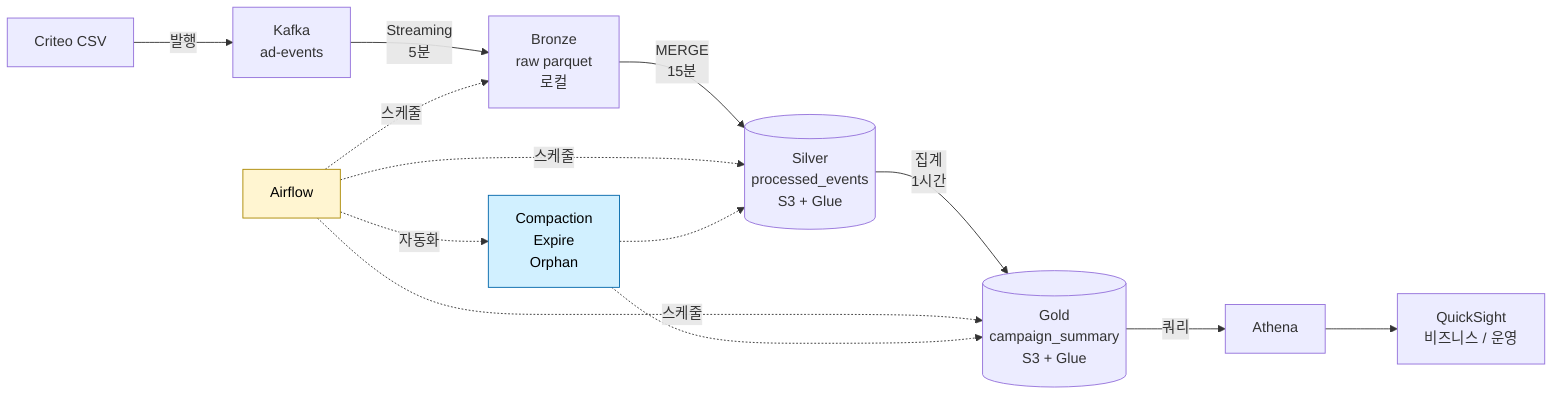
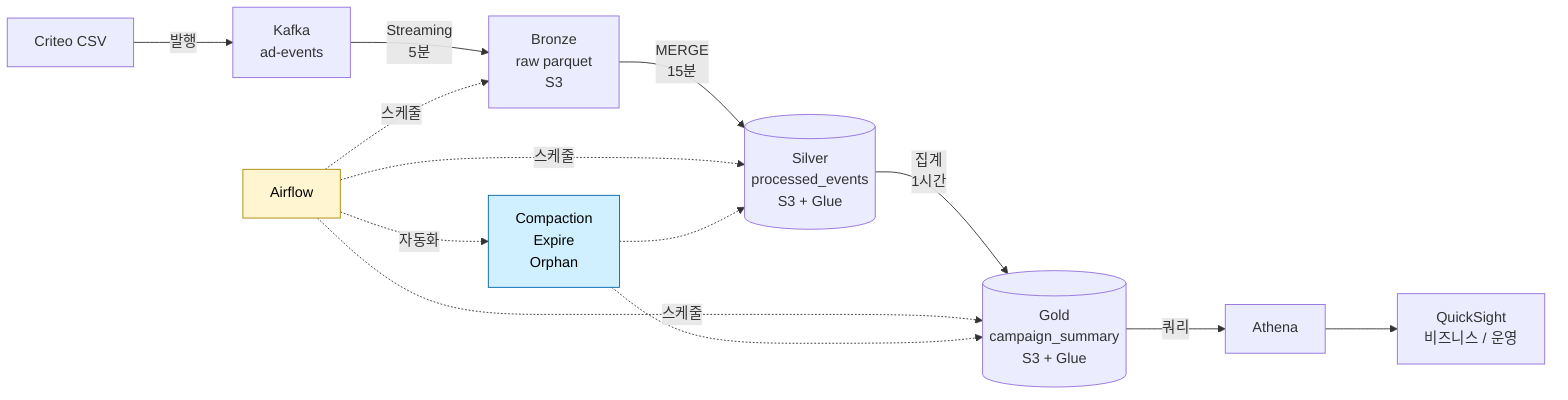
%%{init: {'theme':'default', 'flowchart':{'nodeSpacing':40,'rankSpacing':80}}}%%
flowchart LR
    A[Criteo CSV] -->|발행| B[Kafka<br/>ad-events]
-     B -->|Streaming<br/>5분| C[Bronze<br/>raw parquet<br/>로컬]
+     B -->|Streaming<br/>5분| C[Bronze<br/>raw parquet<br/>S3]
    C -->|MERGE<br/>15분| D[(Silver<br/>processed_events<br/>S3 + Glue)]
    D -->|집계<br/>1시간| E[(Gold<br/>campaign_summary<br/>S3 + Glue)]
    E -->|쿼리| F[Athena]
    F --> G[QuickSight<br/>비즈니스 / 운영]

    H[Airflow]:::orch -.스케줄.-> C
    H -.스케줄.-> D
    H -.스케줄.-> E
    H -.자동화.-> I[Compaction<br/>Expire<br/>Orphan]:::mgmt
    I -.-> D
    I -.-> E

    classDef orch fill:#fff5d1,stroke:#aa8800,color:#000
    classDef mgmt fill:#d1f0ff,stroke:#0066aa,color:#000
